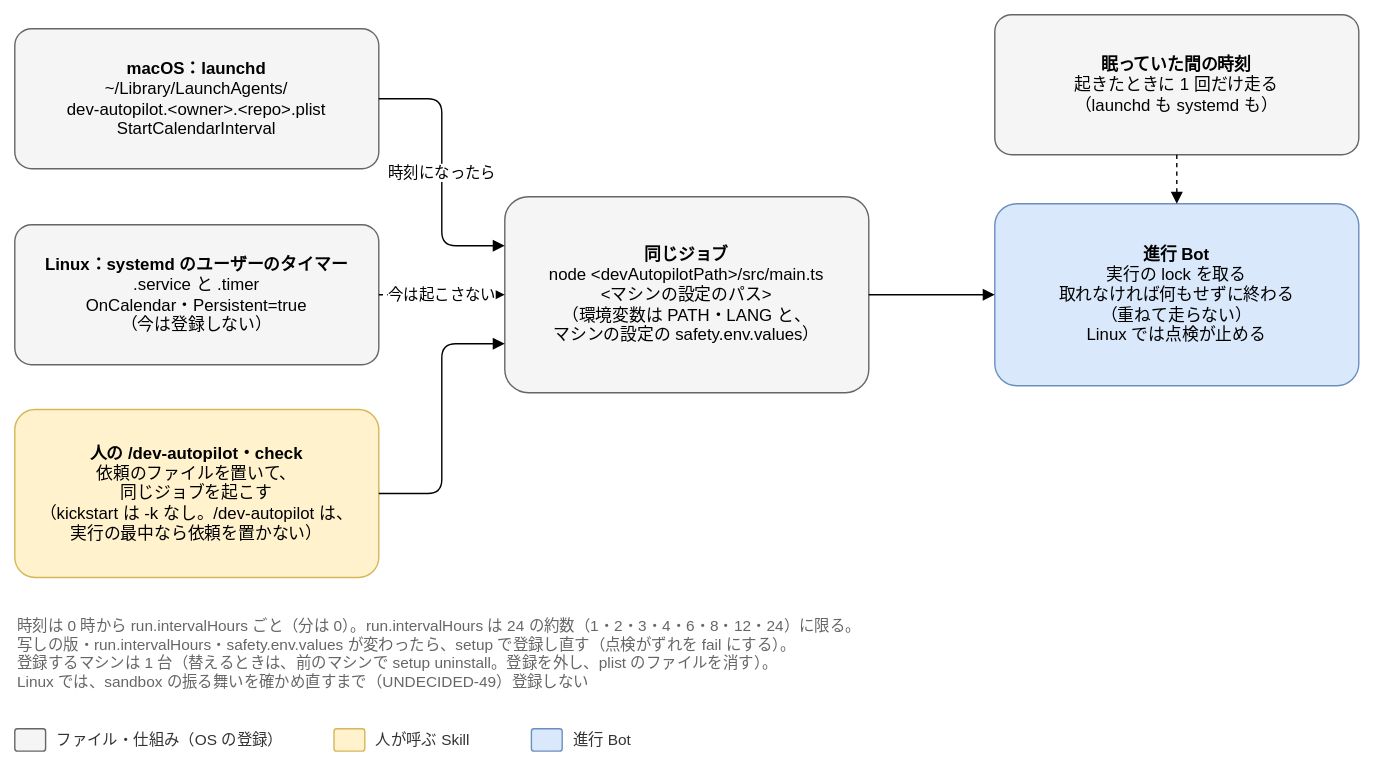
Before: docs/design/basic/diagrams/04-schedule.drawio.svg, a diagram exported from draw.io (Joymerrevent/dev-autopilot). Source tidied: cells renumbered, new cells last; positions are measured from the earlier drawing's top-left corner, leaving out a move shared by most shapes.
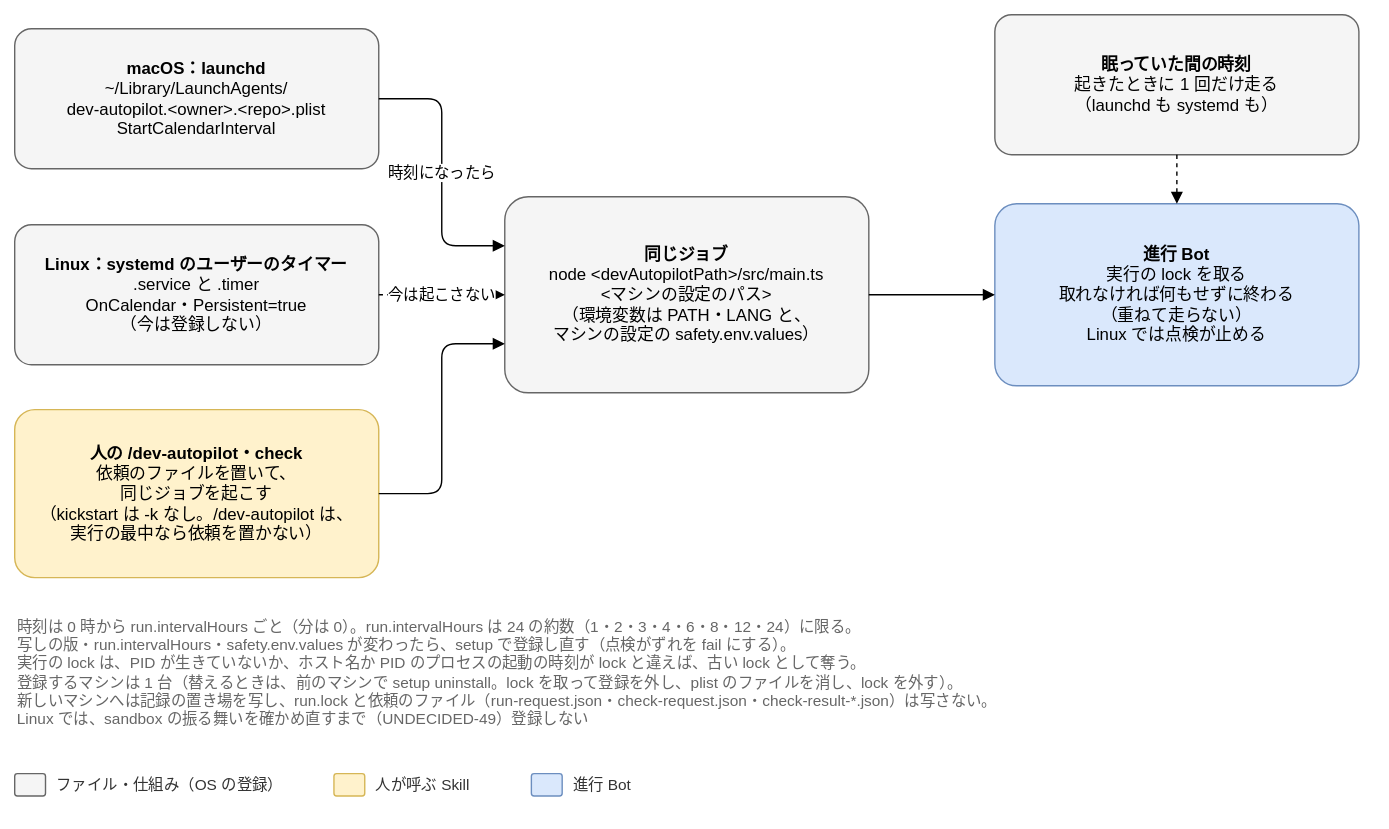
After the commit.

The edit, as a diff of the source:
```diff
@@ -35,26 +35,26 @@
     <mxCell id="12" style="edgeStyle=orthogonalEdgeStyle;rounded=1;html=1;endArrow=block;endFill=1;fontSize=11;labelBackgroundColor=#ffffff;dashed=1;exitX=0.5;exitY=1;exitDx=0;exitDy=0;entryX=0.5;entryY=0;entryDx=0;entryDy=0;" parent="1" edge="1" source="11" target="9">
       <mxGeometry relative="1" as="geometry" />
     </mxCell>
-    <mxCell id="13" value="時刻は 0 時から run.intervalHours ごと（分は 0）。run.intervalHours は 24 の約数（1・2・3・4・6・8・12・24）に限る。&lt;br&gt;写しの版・run.intervalHours・safety.env.values が変わったら、setup で登録し直す（点検がずれを fail にする）。&lt;br&gt;登録するマシンは 1 台（替えるときは、前のマシンで setup uninstall。登録を外し、plist のファイルを消す）。&lt;br&gt;Linux では、sandbox の振る舞いを確かめ直すまで（UNDECIDED-49）登録しない" style="text;html=1;whiteSpace=wrap;align=left;verticalAlign=top;fontSize=11;fontColor=#666666;" parent="1" vertex="1">
-      <mxGeometry y="424" width="960" height="68" as="geometry" />
+    <mxCell id="13" value="時刻は 0 時から run.intervalHours ごと（分は 0）。run.intervalHours は 24 の約数（1・2・3・4・6・8・12・24）に限る。&lt;br&gt;写しの版・run.intervalHours・safety.env.values が変わったら、setup で登録し直す（点検がずれを fail にする）。&lt;br&gt;実行の lock は、PID が生きていないか、ホスト名か PID のプロセスの起動の時刻が lock と違えば、古い lock として奪う。&lt;br&gt;登録するマシンは 1 台（替えるときは、前のマシンで setup uninstall。lock を取って登録を外し、plist のファイルを消し、lock を外す）。&lt;br&gt;新しいマシンへは記録の置き場を写し、run.lock と依頼のファイル（run-request.json・check-request.json・check-result-*.json）は写さない。&lt;br&gt;Linux では、sandbox の振る舞いを確かめ直すまで（UNDECIDED-49）登録しない" style="text;html=1;whiteSpace=wrap;align=left;verticalAlign=top;fontSize=11;fontColor=#666666;" parent="1" vertex="1">
+      <mxGeometry y="424" width="960" height="100" as="geometry" />
     </mxCell>
     <mxCell id="14" style="rounded=1;whiteSpace=wrap;html=1;fontSize=12;arcSize=12;spacing=12;fillColor=#f5f5f5;strokeColor=#666666;" parent="1" vertex="1">
-      <mxGeometry y="510" width="22" height="16" as="geometry" />
+      <mxGeometry y="542" width="22" height="16" as="geometry" />
     </mxCell>
     <mxCell id="15" value="ファイル・仕組み（OS の登録）" style="text;html=1;align=left;verticalAlign=middle;fontSize=11;fontColor=#333333;" parent="1" vertex="1">
-      <mxGeometry x="28" y="508" width="184" height="20" as="geometry" />
+      <mxGeometry x="28" y="540" width="184" height="20" as="geometry" />
     </mxCell>
     <mxCell id="16" style="rounded=1;whiteSpace=wrap;html=1;fontSize=12;arcSize=12;spacing=12;fillColor=#fff2cc;strokeColor=#d6b656;" parent="1" vertex="1">
-      <mxGeometry x="228" y="510" width="22" height="16" as="geometry" />
+      <mxGeometry x="228" y="542" width="22" height="16" as="geometry" />
     </mxCell>
     <mxCell id="17" value="人が呼ぶ Skill" style="text;html=1;align=left;verticalAlign=middle;fontSize=11;fontColor=#333333;" parent="1" vertex="1">
-      <mxGeometry x="256" y="508" width="97" height="20" as="geometry" />
+      <mxGeometry x="256" y="540" width="97" height="20" as="geometry" />
     </mxCell>
     <mxCell id="18" style="rounded=1;whiteSpace=wrap;html=1;fontSize=12;arcSize=12;spacing=12;fillColor=#dae8fc;strokeColor=#6c8ebf;" parent="1" vertex="1">
-      <mxGeometry x="369" y="510" width="22" height="16" as="geometry" />
+      <mxGeometry x="369" y="542" width="22" height="16" as="geometry" />
     </mxCell>
     <mxCell id="19" value="進行 Bot" style="text;html=1;align=left;verticalAlign=middle;fontSize=11;fontColor=#333333;" parent="1" vertex="1">
-      <mxGeometry x="397" y="508" width="59" height="20" as="geometry" />
+      <mxGeometry x="397" y="540" width="59" height="20" as="geometry" />
     </mxCell>
   </root>
 </mxGraphModel>
```
